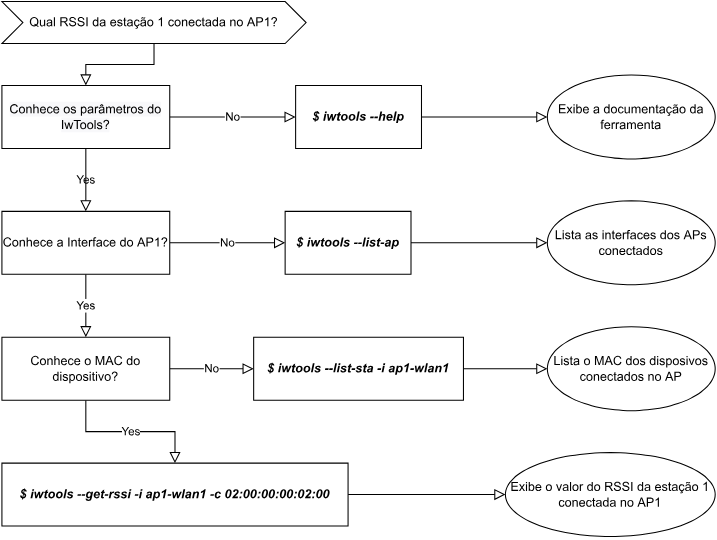
The draw.io diagram img/fluxo.svg in wvdomingos/IwTools, before a commit. Source tidied: cells renumbered, new cells last; positions are measured from the earlier drawing's top-left corner, leaving out a move shared by most shapes. The source it was exported from:
```xml
<mxGraphModel>
  <root>
    <mxCell id="0" />
    <mxCell id="1" parent="0" />
    <mxCell id="2" style="edgeStyle=orthogonalEdgeStyle;rounded=0;jettySize=auto;html=1;endArrow=block;endFill=0;endSize=8;" parent="1" edge="1" source="3" target="6">
      <mxGeometry relative="1" as="geometry" />
    </mxCell>
    <mxCell id="3" value="Qual RSSI da estação 1 conectada no AP1?" style="shape=step;perimeter=stepPerimeter;whiteSpace=wrap;html=1;fixedSize=1;" parent="1" vertex="1">
      <mxGeometry width="290" height="40" as="geometry" />
    </mxCell>
    <mxCell id="4" value="Yes" style="edgeStyle=orthogonalEdgeStyle;rounded=0;jettySize=auto;html=1;endArrow=block;endFill=0;endSize=8;" parent="1" edge="1" source="6" target="11">
      <mxGeometry relative="1" as="geometry" />
    </mxCell>
    <mxCell id="5" value="No" style="edgeStyle=orthogonalEdgeStyle;rounded=0;jettySize=auto;html=1;entryX=0;entryY=0.5;entryDx=0;entryDy=0;endArrow=block;endFill=0;endSize=8;" parent="1" edge="1" source="6" target="8">
      <mxGeometry relative="1" as="geometry" />
    </mxCell>
    <mxCell id="6" value="&lt;span style=&quot;color: rgb(0 , 0 , 0) ; font-family: &amp;#34;helvetica&amp;#34; ; font-size: 12px ; font-style: normal ; letter-spacing: normal ; text-align: center ; text-indent: 0px ; text-transform: none ; word-spacing: 0px ; background-color: rgb(248 , 249 , 250)&quot;&gt;Conhece os parâmetros do IwTools?&lt;/span&gt;" style="rounded=0;whiteSpace=wrap;html=1;" parent="1" vertex="1">
      <mxGeometry y="80" width="160" height="60" as="geometry" />
    </mxCell>
    <mxCell id="7" style="edgeStyle=orthogonalEdgeStyle;rounded=0;jettySize=auto;html=1;endArrow=block;endFill=0;endSize=8;" parent="1" edge="1" source="8" target="14">
      <mxGeometry relative="1" as="geometry" />
    </mxCell>
    <mxCell id="8" value="&lt;i&gt;&lt;b&gt;$ iwtools --help&lt;/b&gt;&lt;/i&gt;" style="rounded=0;whiteSpace=wrap;html=1;" parent="1" vertex="1">
      <mxGeometry x="280" y="80" width="120" height="60" as="geometry" />
    </mxCell>
    <mxCell id="9" value="No" style="edgeStyle=orthogonalEdgeStyle;rounded=0;jettySize=auto;html=1;endArrow=block;endFill=0;endSize=8;" parent="1" edge="1" source="11" target="13">
      <mxGeometry relative="1" as="geometry" />
    </mxCell>
    <mxCell id="10" value="Yes" style="edgeStyle=orthogonalEdgeStyle;rounded=0;jettySize=auto;html=1;entryX=0.5;entryY=0;entryDx=0;entryDy=0;endArrow=block;endFill=0;endSize=8;" parent="1" edge="1" source="11" target="18">
      <mxGeometry relative="1" as="geometry" />
    </mxCell>
    <mxCell id="11" value="Conhece a Interface do AP1?" style="rounded=0;whiteSpace=wrap;html=1;" parent="1" vertex="1">
      <mxGeometry y="200" width="160" height="60" as="geometry" />
    </mxCell>
    <mxCell id="12" style="edgeStyle=orthogonalEdgeStyle;rounded=0;jettySize=auto;html=1;endArrow=block;endFill=0;endSize=8;" parent="1" edge="1" source="13" target="15">
      <mxGeometry relative="1" as="geometry" />
    </mxCell>
    <mxCell id="13" value="&lt;i&gt;&lt;b&gt;$ iwtools --list-ap&lt;/b&gt;&lt;/i&gt;" style="rounded=0;whiteSpace=wrap;html=1;" parent="1" vertex="1">
      <mxGeometry x="270" y="200" width="120" height="60" as="geometry" />
    </mxCell>
    <mxCell id="14" value="&lt;span&gt;Exibe a documentação da ferramenta&lt;/span&gt;" style="ellipse;whiteSpace=wrap;html=1;" parent="1" vertex="1">
      <mxGeometry x="520" y="70" width="160" height="80" as="geometry" />
    </mxCell>
    <mxCell id="15" value="&lt;span&gt;Lista as interfaces dos APs conectados&lt;/span&gt;" style="ellipse;whiteSpace=wrap;html=1;" parent="1" vertex="1">
      <mxGeometry x="520" y="190" width="160" height="80" as="geometry" />
    </mxCell>
    <mxCell id="16" value="No" style="edgeStyle=orthogonalEdgeStyle;rounded=0;jettySize=auto;html=1;endArrow=block;endFill=0;endSize=8;" parent="1" edge="1" source="18" target="20">
      <mxGeometry relative="1" as="geometry" />
    </mxCell>
    <mxCell id="17" value="Yes" style="edgeStyle=orthogonalEdgeStyle;rounded=0;jettySize=auto;html=1;entryX=0.5;entryY=0;entryDx=0;entryDy=0;endArrow=block;endFill=0;endSize=8;" parent="1" edge="1" source="18" target="23">
      <mxGeometry relative="1" as="geometry" />
    </mxCell>
    <mxCell id="18" value="Conhece o MAC do dispositivo?" style="rounded=0;whiteSpace=wrap;html=1;" parent="1" vertex="1">
      <mxGeometry y="320" width="160" height="60" as="geometry" />
    </mxCell>
    <mxCell id="19" style="edgeStyle=orthogonalEdgeStyle;rounded=0;jettySize=auto;html=1;endArrow=block;endFill=0;endSize=8;" parent="1" edge="1" source="20" target="21">
      <mxGeometry relative="1" as="geometry" />
    </mxCell>
    <mxCell id="20" value="&lt;i&gt;&lt;b&gt;$ iwtools --list-sta -i ap1-wlan1&lt;/b&gt;&lt;/i&gt;" style="rounded=0;whiteSpace=wrap;html=1;" parent="1" vertex="1">
      <mxGeometry x="240" y="320" width="200" height="60" as="geometry" />
    </mxCell>
    <mxCell id="21" value="&lt;span&gt;Lista o MAC dos disposivos conectados no AP&lt;/span&gt;" style="ellipse;whiteSpace=wrap;html=1;" parent="1" vertex="1">
      <mxGeometry x="520" y="310" width="160" height="80" as="geometry" />
    </mxCell>
    <mxCell id="22" style="edgeStyle=orthogonalEdgeStyle;rounded=0;jettySize=auto;html=1;entryX=0;entryY=0.5;entryDx=0;entryDy=0;endArrow=block;endFill=0;endSize=8;" parent="1" edge="1" source="23" target="24">
      <mxGeometry relative="1" as="geometry" />
    </mxCell>
    <mxCell id="23" value="&lt;i&gt;&lt;b&gt;$ iwtools --get-rssi -i ap1-wlan1 -c 02:00:00:00:02:00&lt;/b&gt;&lt;/i&gt;" style="rounded=0;whiteSpace=wrap;html=1;" parent="1" vertex="1">
      <mxGeometry y="440" width="330" height="60" as="geometry" />
    </mxCell>
    <mxCell id="24" value="&lt;span&gt;Exibe o valor do RSSI da estação 1 conectada no AP1&lt;/span&gt;" style="ellipse;whiteSpace=wrap;html=1;" parent="1" vertex="1">
      <mxGeometry x="480" y="430" width="200" height="80" as="geometry" />
    </mxCell>
  </root>
</mxGraphModel>
```
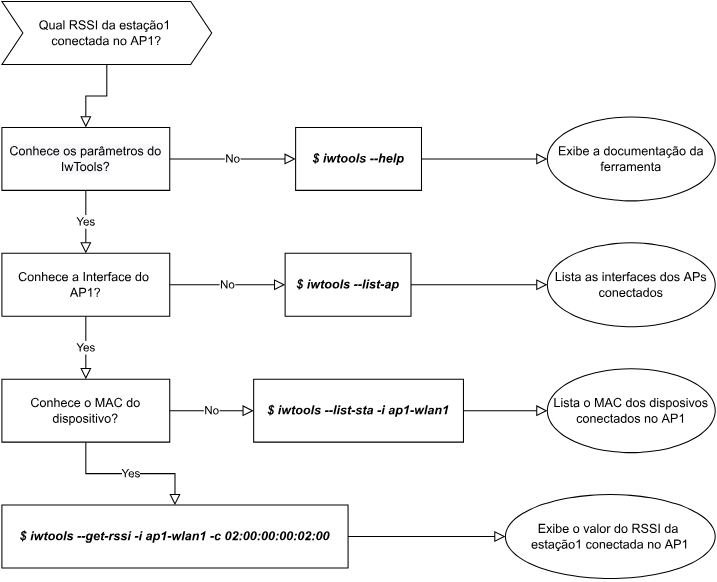
Later version of the same file.

What changed in the source:
```diff
@@ -5,12 +5,9 @@
     <mxCell id="2" style="edgeStyle=orthogonalEdgeStyle;rounded=0;jettySize=auto;html=1;endArrow=block;endFill=0;endSize=8;" parent="1" edge="1" source="3" target="6">
       <mxGeometry relative="1" as="geometry" />
     </mxCell>
-    <mxCell id="3" value="Qual RSSI da estação 1 conectada no AP1?" style="shape=step;perimeter=stepPerimeter;whiteSpace=wrap;html=1;fixedSize=1;" parent="1" vertex="1">
-      <mxGeometry width="290" height="40" as="geometry" />
+    <mxCell id="3" value="Qual RSSI da estação1 &lt;br&gt;conectada no AP1?" style="shape=step;perimeter=stepPerimeter;whiteSpace=wrap;html=1;fixedSize=1;" parent="1" vertex="1">
+      <mxGeometry y="-40" width="200" height="60" as="geometry" />
     </mxCell>
-    <mxCell id="4" value="Yes" style="edgeStyle=orthogonalEdgeStyle;rounded=0;jettySize=auto;html=1;endArrow=block;endFill=0;endSize=8;" parent="1" edge="1" source="6" target="11">
-      <mxGeometry relative="1" as="geometry" />
-    </mxCell>
     <mxCell id="5" value="No" style="edgeStyle=orthogonalEdgeStyle;rounded=0;jettySize=auto;html=1;entryX=0;entryY=0.5;entryDx=0;entryDy=0;endArrow=block;endFill=0;endSize=8;" parent="1" edge="1" source="6" target="8">
       <mxGeometry relative="1" as="geometry" />
     </mxCell>
@@ -29,7 +26,7 @@
     <mxCell id="10" value="Yes" style="edgeStyle=orthogonalEdgeStyle;rounded=0;jettySize=auto;html=1;entryX=0.5;entryY=0;entryDx=0;entryDy=0;endArrow=block;endFill=0;endSize=8;" parent="1" edge="1" source="11" target="18">
       <mxGeometry relative="1" as="geometry" />
     </mxCell>
-    <mxCell id="11" value="Conhece a Interface do AP1?" style="rounded=0;whiteSpace=wrap;html=1;" parent="1" vertex="1">
+    <mxCell id="11" value="Conhece a Interface do &lt;br&gt;AP1?" style="rounded=0;whiteSpace=wrap;html=1;" parent="1" vertex="1">
       <mxGeometry y="200" width="160" height="60" as="geometry" />
     </mxCell>
     <mxCell id="12" style="edgeStyle=orthogonalEdgeStyle;rounded=0;jettySize=auto;html=1;endArrow=block;endFill=0;endSize=8;" parent="1" edge="1" source="13" target="15">
@@ -59,7 +56,7 @@
     <mxCell id="20" value="&lt;i&gt;&lt;b&gt;$ iwtools --list-sta -i ap1-wlan1&lt;/b&gt;&lt;/i&gt;" style="rounded=0;whiteSpace=wrap;html=1;" parent="1" vertex="1">
       <mxGeometry x="240" y="320" width="200" height="60" as="geometry" />
     </mxCell>
-    <mxCell id="21" value="&lt;span&gt;Lista o MAC dos disposivos conectados no AP&lt;/span&gt;" style="ellipse;whiteSpace=wrap;html=1;" parent="1" vertex="1">
+    <mxCell id="21" value="&lt;span&gt;Lista o MAC dos disposivos conectados no AP1&lt;/span&gt;" style="ellipse;whiteSpace=wrap;html=1;" parent="1" vertex="1">
       <mxGeometry x="520" y="310" width="160" height="80" as="geometry" />
     </mxCell>
     <mxCell id="22" style="edgeStyle=orthogonalEdgeStyle;rounded=0;jettySize=auto;html=1;entryX=0;entryY=0.5;entryDx=0;entryDy=0;endArrow=block;endFill=0;endSize=8;" parent="1" edge="1" source="23" target="24">
@@ -68,8 +65,11 @@
     <mxCell id="23" value="&lt;i&gt;&lt;b&gt;$ iwtools --get-rssi -i ap1-wlan1 -c 02:00:00:00:02:00&lt;/b&gt;&lt;/i&gt;" style="rounded=0;whiteSpace=wrap;html=1;" parent="1" vertex="1">
       <mxGeometry y="440" width="330" height="60" as="geometry" />
     </mxCell>
-    <mxCell id="24" value="&lt;span&gt;Exibe o valor do RSSI da estação 1 conectada no AP1&lt;/span&gt;" style="ellipse;whiteSpace=wrap;html=1;" parent="1" vertex="1">
+    <mxCell id="24" value="&lt;span&gt;Exibe o valor do RSSI da &lt;br&gt;estação1 conectada no AP1&lt;/span&gt;" style="ellipse;whiteSpace=wrap;html=1;" parent="1" vertex="1">
       <mxGeometry x="480" y="430" width="200" height="80" as="geometry" />
     </mxCell>
+    <mxCell id="4" value="Yes" style="edgeStyle=orthogonalEdgeStyle;rounded=0;jettySize=auto;html=1;endArrow=block;endFill=0;endSize=8;exitX=0.5;exitY=1;exitDx=0;exitDy=0;entryX=0.5;entryY=0;entryDx=0;entryDy=0;" parent="1" edge="1" source="6" target="11">
+      <mxGeometry relative="1" as="geometry" />
+    </mxCell>
   </root>
 </mxGraphModel>
```
